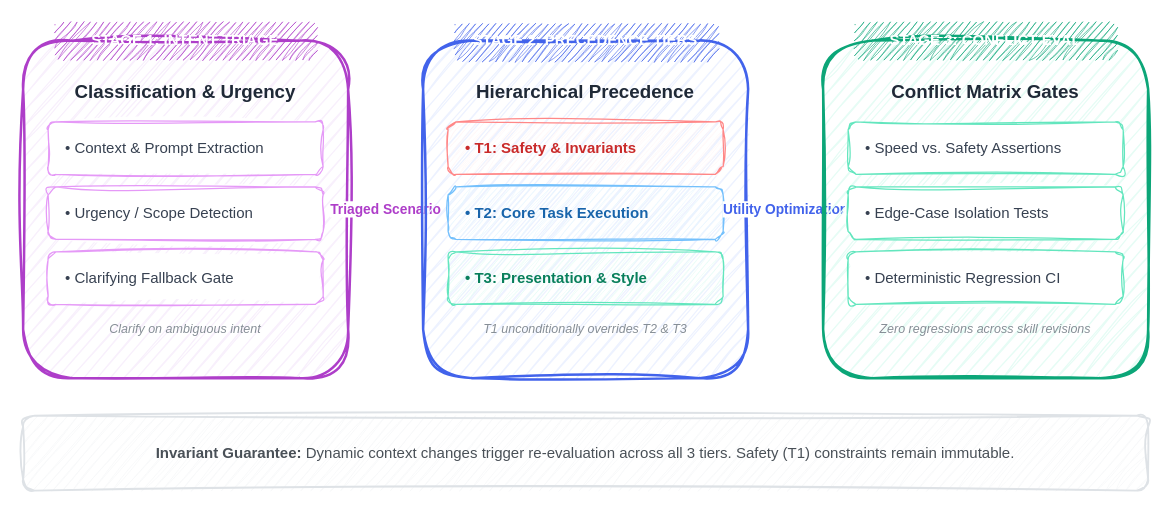
samuelek25k/samuelj90.github.io keeps this draw.io diagram as public/diagrams/scenario-prioritization-architecture.drawio. Above is the earlier version. Source tidied: cells renumbered, new cells numbered last; positions are measured from the earlier drawing's top-left corner, leaving out a move shared by most shapes. Both pictures are drawn from the tidied source at 125%, with x=0, y=0 at pixel (22, 21).
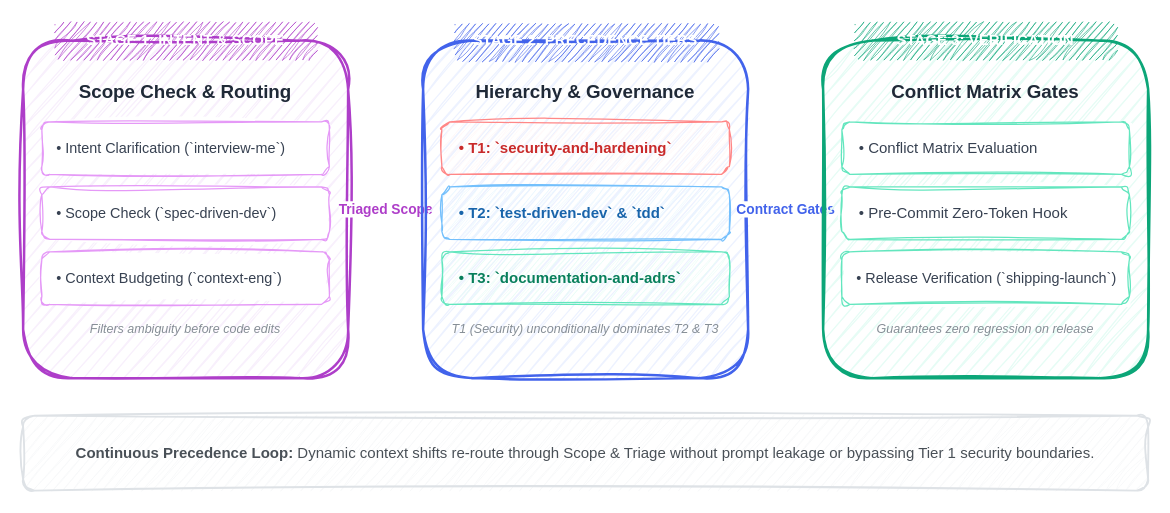
Above is the later version.

Commit message (it also covers changes not shown here):
feat(diagrams): update architecture diagrams with consolidated skills layout

The change refers to these unchanged cells:
```xml
<mxCell id="2" style="rounded=1;whiteSpace=wrap;html=1;sketch=1;curveFitting=1;jiggle=2;fillColor=#f8f0fc;strokeColor=#ae3ec9;strokeWidth=2;shadow=0;" parent="1" vertex="1">
  <mxGeometry y="15" width="260" height="270" as="geometry" />
</mxCell>
<mxCell id="10" style="rounded=1;whiteSpace=wrap;html=1;sketch=1;curveFitting=1;jiggle=2;fillColor=#edf2ff;strokeColor=#4263eb;strokeWidth=2;shadow=0;" parent="1" vertex="1">
  <mxGeometry x="320" y="15" width="260" height="270" as="geometry" />
</mxCell>
<mxCell id="18" style="rounded=1;whiteSpace=wrap;html=1;sketch=1;curveFitting=1;jiggle=2;fillColor=#e6fcf5;strokeColor=#0ca678;strokeWidth=2;shadow=0;" parent="1" vertex="1">
  <mxGeometry x="640" y="15" width="260" height="270" as="geometry" />
</mxCell>
```

Change to the diagram source:
```diff
@@
-    <mxCell id="3" value="STAGE 1: INTENT TRIAGE" style="rounded=1;whiteSpace=wrap;html=1;sketch=1;curveFitting=1;jiggle=2;fillColor=#ae3ec9;strokeColor=none;fontColor=#ffffff;fontStyle=1;fontSize=12;fontFamily=Helvetica;" parent="1" vertex="1">
+    <mxCell id="3" value="STAGE 1: INTENT &amp; SCOPE" style="rounded=1;whiteSpace=wrap;html=1;sketch=1;curveFitting=1;jiggle=2;fillColor=#ae3ec9;strokeColor=none;fontColor=#ffffff;fontStyle=1;fontSize=12;fontFamily=Helvetica;" parent="1" vertex="1">
       <mxGeometry x="25" width="210" height="30" as="geometry" />
     </mxCell>
-    <mxCell id="4" value="&lt;b&gt;Classification &amp; Urgency&lt;/b&gt;" style="text;html=1;strokeColor=none;fillColor=none;align=center;verticalAlign=middle;whiteSpace=wrap;rounded=0;fontSize=15;fontFamily=Helvetica;fontColor=#1f2937;" parent="1" vertex="1">
+    <mxCell id="4" value="&lt;b&gt;Scope Check &amp; Routing&lt;/b&gt;" style="text;html=1;strokeColor=none;fillColor=none;align=center;verticalAlign=middle;whiteSpace=wrap;rounded=0;fontSize=15;fontFamily=Helvetica;fontColor=#1f2937;" parent="1" vertex="1">
       <mxGeometry x="20" y="40" width="220" height="30" as="geometry" />
     </mxCell>
-    <mxCell id="5" value="• Context &amp; Prompt Extraction" style="rounded=1;whiteSpace=wrap;html=1;sketch=1;curveFitting=1;jiggle=2;fillColor=#ffffff;strokeColor=#e599f7;fontSize=12;align=left;spacingLeft=12;fontFamily=Helvetica;fontColor=#374151;" parent="1" vertex="1">
-      <mxGeometry x="20" y="80" width="220" height="42" as="geometry" />
+    <mxCell id="5" value="• Intent Clarification (`interview-me`)" style="rounded=1;whiteSpace=wrap;html=1;sketch=1;curveFitting=1;jiggle=2;fillColor=#ffffff;strokeColor=#e599f7;fontSize=11.5;align=left;spacingLeft=10;fontFamily=Helvetica;fontColor=#374151;" parent="1" vertex="1">
+      <mxGeometry x="15" y="80" width="230" height="42" as="geometry" />
     </mxCell>
-    <mxCell id="6" value="• Urgency / Scope Detection" style="rounded=1;whiteSpace=wrap;html=1;sketch=1;curveFitting=1;jiggle=2;fillColor=#ffffff;strokeColor=#e599f7;fontSize=12;align=left;spacingLeft=12;fontFamily=Helvetica;fontColor=#374151;" parent="1" vertex="1">
-      <mxGeometry x="20" y="132" width="220" height="42" as="geometry" />
+    <mxCell id="6" value="• Scope Check (`spec-driven-dev`)" style="rounded=1;whiteSpace=wrap;html=1;sketch=1;curveFitting=1;jiggle=2;fillColor=#ffffff;strokeColor=#e599f7;fontSize=11.5;align=left;spacingLeft=10;fontFamily=Helvetica;fontColor=#374151;" parent="1" vertex="1">
+      <mxGeometry x="15" y="132" width="230" height="42" as="geometry" />
     </mxCell>
-    <mxCell id="7" value="• Clarifying Fallback Gate" style="rounded=1;whiteSpace=wrap;html=1;sketch=1;curveFitting=1;jiggle=2;fillColor=#ffffff;strokeColor=#e599f7;fontSize=12;align=left;spacingLeft=12;fontFamily=Helvetica;fontColor=#374151;" parent="1" vertex="1">
-      <mxGeometry x="20" y="184" width="220" height="42" as="geometry" />
+    <mxCell id="7" value="• Context Budgeting (`context-eng`)" style="rounded=1;whiteSpace=wrap;html=1;sketch=1;curveFitting=1;jiggle=2;fillColor=#ffffff;strokeColor=#e599f7;fontSize=11.5;align=left;spacingLeft=10;fontFamily=Helvetica;fontColor=#374151;" parent="1" vertex="1">
+      <mxGeometry x="15" y="184" width="230" height="42" as="geometry" />
     </mxCell>
-    <mxCell id="8" value="Clarify on ambiguous intent" style="text;html=1;strokeColor=none;fillColor=none;align=center;verticalAlign=middle;whiteSpace=wrap;rounded=0;fontSize=10;fontFamily=Helvetica;fontColor=#868e96;fontStyle=2;" parent="1" vertex="1">
+    <mxCell id="8" value="Filters ambiguity before code edits" style="text;html=1;strokeColor=none;fillColor=none;align=center;verticalAlign=middle;whiteSpace=wrap;rounded=0;fontSize=10;fontFamily=Helvetica;fontColor=#868e96;fontStyle=2;" parent="1" vertex="1">
       <mxGeometry x="20" y="235" width="220" height="20" as="geometry" />
     </mxCell>
-    <mxCell id="9" value="&lt;b&gt;Triaged Scenario&lt;/b&gt;" style="edgeStyle=orthogonalEdgeStyle;rounded=1;jettySize=auto;html=1;strokeColor=#ae3ec9;strokeWidth=2.5;sketch=1;curveFitting=1;jiggle=2;fontColor=#ae3ec9;fontSize=11;fontFamily=Helvetica;" parent="1" edge="1" source="2" target="10">
+    <mxCell id="9" value="&lt;b&gt;Triaged Scope&lt;/b&gt;" style="edgeStyle=orthogonalEdgeStyle;rounded=1;jettySize=auto;html=1;strokeColor=#ae3ec9;strokeWidth=2.5;sketch=1;curveFitting=1;jiggle=2;fontColor=#ae3ec9;fontSize=11;fontFamily=Helvetica;" parent="1" edge="1" source="2" target="10">
       <mxGeometry relative="1" as="geometry" />
     </mxCell>
@@
-    <mxCell id="12" value="&lt;b&gt;Hierarchical Precedence&lt;/b&gt;" style="text;html=1;strokeColor=none;fillColor=none;align=center;verticalAlign=middle;whiteSpace=wrap;rounded=0;fontSize=15;fontFamily=Helvetica;fontColor=#1f2937;" parent="1" vertex="1">
+    <mxCell id="12" value="&lt;b&gt;Hierarchy &amp; Governance&lt;/b&gt;" style="text;html=1;strokeColor=none;fillColor=none;align=center;verticalAlign=middle;whiteSpace=wrap;rounded=0;fontSize=15;fontFamily=Helvetica;fontColor=#1f2937;" parent="1" vertex="1">
       <mxGeometry x="340" y="40" width="220" height="30" as="geometry" />
     </mxCell>
-    <mxCell id="13" value="• T1: Safety &amp; Invariants" style="rounded=1;whiteSpace=wrap;html=1;sketch=1;curveFitting=1;jiggle=2;fillColor=#fff5f5;strokeColor=#ff8787;fontSize=12;align=left;spacingLeft=12;fontFamily=Helvetica;fontColor=#c92a2a;fontStyle=1;" parent="1" vertex="1">
-      <mxGeometry x="340" y="80" width="220" height="42" as="geometry" />
+    <mxCell id="13" value="• T1: `security-and-hardening`" style="rounded=1;whiteSpace=wrap;html=1;sketch=1;curveFitting=1;jiggle=2;fillColor=#fff5f5;strokeColor=#ff8787;fontSize=12;align=left;spacingLeft=12;fontFamily=Helvetica;fontColor=#c92a2a;fontStyle=1;" parent="1" vertex="1">
+      <mxGeometry x="335" y="80" width="230" height="42" as="geometry" />
     </mxCell>
-    <mxCell id="14" value="• T2: Core Task Execution" style="rounded=1;whiteSpace=wrap;html=1;sketch=1;curveFitting=1;jiggle=2;fillColor=#e7f5ff;strokeColor=#74c0fc;fontSize=12;align=left;spacingLeft=12;fontFamily=Helvetica;fontColor=#1864ab;fontStyle=1;" parent="1" vertex="1">
-      <mxGeometry x="340" y="132" width="220" height="42" as="geometry" />
+    <mxCell id="14" value="• T2: `test-driven-dev` &amp; `tdd`" style="rounded=1;whiteSpace=wrap;html=1;sketch=1;curveFitting=1;jiggle=2;fillColor=#e7f5ff;strokeColor=#74c0fc;fontSize=12;align=left;spacingLeft=12;fontFamily=Helvetica;fontColor=#1864ab;fontStyle=1;" parent="1" vertex="1">
+      <mxGeometry x="335" y="132" width="230" height="42" as="geometry" />
     </mxCell>
-    <mxCell id="15" value="• T3: Presentation &amp; Style" style="rounded=1;whiteSpace=wrap;html=1;sketch=1;curveFitting=1;jiggle=2;fillColor=#e6fcf5;strokeColor=#63e6be;fontSize=12;align=left;spacingLeft=12;fontFamily=Helvetica;fontColor=#087f5b;fontStyle=1;" parent="1" vertex="1">
-      <mxGeometry x="340" y="184" width="220" height="42" as="geometry" />
+    <mxCell id="15" value="• T3: `documentation-and-adrs`" style="rounded=1;whiteSpace=wrap;html=1;sketch=1;curveFitting=1;jiggle=2;fillColor=#e6fcf5;strokeColor=#63e6be;fontSize=12;align=left;spacingLeft=12;fontFamily=Helvetica;fontColor=#087f5b;fontStyle=1;" parent="1" vertex="1">
+      <mxGeometry x="335" y="184" width="230" height="42" as="geometry" />
     </mxCell>
-    <mxCell id="16" value="T1 unconditionally overrides T2 &amp; T3" style="text;html=1;strokeColor=none;fillColor=none;align=center;verticalAlign=middle;whiteSpace=wrap;rounded=0;fontSize=10;fontFamily=Helvetica;fontColor=#868e96;fontStyle=2;" parent="1" vertex="1">
+    <mxCell id="16" value="T1 (Security) unconditionally dominates T2 &amp; T3" style="text;html=1;strokeColor=none;fillColor=none;align=center;verticalAlign=middle;whiteSpace=wrap;rounded=0;fontSize=10;fontFamily=Helvetica;fontColor=#868e96;fontStyle=2;" parent="1" vertex="1">
       <mxGeometry x="340" y="235" width="220" height="20" as="geometry" />
     </mxCell>
-    <mxCell id="17" value="&lt;b&gt;Utility Optimization&lt;/b&gt;" style="edgeStyle=orthogonalEdgeStyle;rounded=1;jettySize=auto;html=1;strokeColor=#4263eb;strokeWidth=2.5;sketch=1;curveFitting=1;jiggle=2;fontColor=#4263eb;fontSize=11;fontFamily=Helvetica;" parent="1" edge="1" source="10" target="18">
+    <mxCell id="17" value="&lt;b&gt;Contract Gates&lt;/b&gt;" style="edgeStyle=orthogonalEdgeStyle;rounded=1;jettySize=auto;html=1;strokeColor=#4263eb;strokeWidth=2.5;sketch=1;curveFitting=1;jiggle=2;fontColor=#4263eb;fontSize=11;fontFamily=Helvetica;" parent="1" edge="1" source="10" target="18">
       <mxGeometry relative="1" as="geometry" />
     </mxCell>
@@
-    <mxCell id="19" value="STAGE 3: CONFLICT EVAL" style="rounded=1;whiteSpace=wrap;html=1;sketch=1;curveFitting=1;jiggle=2;fillColor=#0ca678;strokeColor=none;fontColor=#ffffff;fontStyle=1;fontSize=12;fontFamily=Helvetica;" parent="1" vertex="1">
+    <mxCell id="19" value="STAGE 3: VERIFICATION" style="rounded=1;whiteSpace=wrap;html=1;sketch=1;curveFitting=1;jiggle=2;fillColor=#0ca678;strokeColor=none;fontColor=#ffffff;fontStyle=1;fontSize=12;fontFamily=Helvetica;" parent="1" vertex="1">
       <mxGeometry x="665" width="210" height="30" as="geometry" />
     </mxCell>
@@
-    <mxCell id="21" value="• Speed vs. Safety Assertions" style="rounded=1;whiteSpace=wrap;html=1;sketch=1;curveFitting=1;jiggle=2;fillColor=#ffffff;strokeColor=#63e6be;fontSize=12;align=left;spacingLeft=12;fontFamily=Helvetica;fontColor=#374151;" parent="1" vertex="1">
-      <mxGeometry x="660" y="80" width="220" height="42" as="geometry" />
+    <mxCell id="21" value="• Conflict Matrix Evaluation" style="rounded=1;whiteSpace=wrap;html=1;sketch=1;curveFitting=1;jiggle=2;fillColor=#ffffff;strokeColor=#63e6be;fontSize=12;align=left;spacingLeft=12;fontFamily=Helvetica;fontColor=#374151;" parent="1" vertex="1">
+      <mxGeometry x="655" y="80" width="230" height="42" as="geometry" />
     </mxCell>
-    <mxCell id="22" value="• Edge-Case Isolation Tests" style="rounded=1;whiteSpace=wrap;html=1;sketch=1;curveFitting=1;jiggle=2;fillColor=#ffffff;strokeColor=#63e6be;fontSize=12;align=left;spacingLeft=12;fontFamily=Helvetica;fontColor=#374151;" parent="1" vertex="1">
-      <mxGeometry x="660" y="132" width="220" height="42" as="geometry" />
+    <mxCell id="22" value="• Pre-Commit Zero-Token Hook" style="rounded=1;whiteSpace=wrap;html=1;sketch=1;curveFitting=1;jiggle=2;fillColor=#ffffff;strokeColor=#63e6be;fontSize=12;align=left;spacingLeft=12;fontFamily=Helvetica;fontColor=#374151;" parent="1" vertex="1">
+      <mxGeometry x="655" y="132" width="230" height="42" as="geometry" />
     </mxCell>
-    <mxCell id="23" value="• Deterministic Regression CI" style="rounded=1;whiteSpace=wrap;html=1;sketch=1;curveFitting=1;jiggle=2;fillColor=#ffffff;strokeColor=#63e6be;fontSize=12;align=left;spacingLeft=12;fontFamily=Helvetica;fontColor=#374151;" parent="1" vertex="1">
-      <mxGeometry x="660" y="184" width="220" height="42" as="geometry" />
+    <mxCell id="23" value="• Release Verification (`shipping-launch`)" style="rounded=1;whiteSpace=wrap;html=1;sketch=1;curveFitting=1;jiggle=2;fillColor=#ffffff;strokeColor=#63e6be;fontSize=11.5;align=left;spacingLeft=10;fontFamily=Helvetica;fontColor=#374151;" parent="1" vertex="1">
+      <mxGeometry x="655" y="184" width="230" height="42" as="geometry" />
     </mxCell>
-    <mxCell id="24" value="Zero regressions across skill revisions" style="text;html=1;strokeColor=none;fillColor=none;align=center;verticalAlign=middle;whiteSpace=wrap;rounded=0;fontSize=10;fontFamily=Helvetica;fontColor=#868e96;fontStyle=2;" parent="1" vertex="1">
+    <mxCell id="24" value="Guarantees zero regression on release" style="text;html=1;strokeColor=none;fillColor=none;align=center;verticalAlign=middle;whiteSpace=wrap;rounded=0;fontSize=10;fontFamily=Helvetica;fontColor=#868e96;fontStyle=2;" parent="1" vertex="1">
       <mxGeometry x="660" y="235" width="220" height="20" as="geometry" />
     </mxCell>
@@
-    <mxCell id="26" value="&lt;b&gt;Invariant Guarantee:&lt;/b&gt; Dynamic context changes trigger re-evaluation across all 3 tiers. Safety (T1) constraints remain immutable." style="text;html=1;strokeColor=none;fillColor=none;align=center;verticalAlign=middle;whiteSpace=wrap;rounded=0;fontSize=12;fontFamily=Helvetica;fontColor=#495057;" parent="1" vertex="1">
+    <mxCell id="26" value="&lt;b&gt;Continuous Precedence Loop:&lt;/b&gt; Dynamic context shifts re-route through Scope &amp; Triage without prompt leakage or bypassing Tier 1 security boundaries." style="text;html=1;strokeColor=none;fillColor=none;align=center;verticalAlign=middle;whiteSpace=wrap;rounded=0;fontSize=12;fontFamily=Helvetica;fontColor=#495057;" parent="1" vertex="1">
       <mxGeometry x="10" y="320" width="880" height="50" as="geometry" />
     </mxCell>
```
